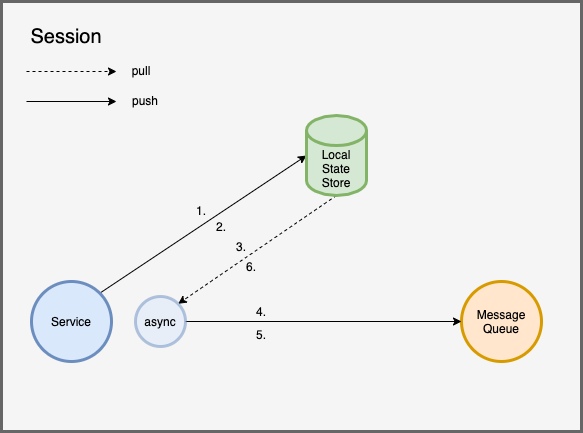
Before: img/diagram-prepare.drawio.png, a diagram exported from draw.io (ccchrunik/hierasaga). Source tidied: cells renumbered, new cells last; positions are measured from the earlier drawing's top-left corner, leaving out a move shared by most shapes. The source it was exported from:
```xml
<mxGraphModel>
  <root>
    <mxCell id="0" />
    <mxCell id="1" parent="0" />
    <mxCell id="2" style="rounded=0;whiteSpace=wrap;html=1;strokeWidth=3;fillColor=#f5f5f5;strokeColor=#666666;fontColor=#333333;" parent="1" vertex="1">
      <mxGeometry width="580" height="430" as="geometry" />
    </mxCell>
    <mxCell id="3" style="edgeStyle=none;rounded=0;jettySize=auto;html=1;exitX=1;exitY=0;exitDx=0;exitDy=0;entryX=0;entryY=0.5;entryDx=0;entryDy=0;entryPerimeter=0;" parent="1" edge="1" source="4" target="15">
      <mxGeometry relative="1" as="geometry" />
    </mxCell>
    <mxCell id="4" value="Service" style="ellipse;whiteSpace=wrap;html=1;strokeWidth=3;fillColor=#dae8fc;strokeColor=#6c8ebf;" parent="1" vertex="1">
      <mxGeometry x="30" y="280" width="80" height="80" as="geometry" />
    </mxCell>
    <mxCell id="5" value="Message&lt;br&gt;Queue" style="ellipse;whiteSpace=wrap;html=1;strokeWidth=3;fillColor=#ffe6cc;strokeColor=#d79b00;" parent="1" vertex="1">
      <mxGeometry x="460" y="280" width="80" height="80" as="geometry" />
    </mxCell>
    <mxCell id="6" value="&lt;font style=&quot;font-size: 20px&quot;&gt;Session&lt;/font&gt;" style="text;html=1;strokeColor=none;fillColor=none;align=center;verticalAlign=middle;whiteSpace=wrap;rounded=0;" parent="1" vertex="1">
      <mxGeometry x="20" y="20" width="90" height="30" as="geometry" />
    </mxCell>
    <mxCell id="7" value="3." style="text;html=1;strokeColor=none;fillColor=none;align=center;verticalAlign=middle;whiteSpace=wrap;rounded=0;" parent="1" vertex="1">
      <mxGeometry x="210" y="230" width="60" height="30" as="geometry" />
    </mxCell>
    <mxCell id="8" style="group;" parent="1" vertex="1">
      <mxGeometry x="25" y="54" width="159" height="60" as="geometry" />
    </mxCell>
    <mxCell id="9" style="edgeStyle=none;rounded=0;orthogonalLoop=1;jettySize=auto;html=1;entryX=0;entryY=0.5;entryDx=0;entryDy=0;dashed=1;startArrow=none;startFill=0;" parent="8" edge="1">
      <mxGeometry as="geometry">
        <mxPoint y="16" as="sourcePoint" />
        <mxPoint x="90" y="16" as="targetPoint" />
      </mxGeometry>
    </mxCell>
    <mxCell id="10" style="edgeStyle=none;rounded=0;orthogonalLoop=1;jettySize=auto;html=1;entryX=0;entryY=0.5;entryDx=0;entryDy=0;startArrow=none;startFill=0;" parent="8" edge="1">
      <mxGeometry as="geometry">
        <mxPoint y="46" as="sourcePoint" />
        <mxPoint x="90" y="46" as="targetPoint" />
      </mxGeometry>
    </mxCell>
    <mxCell id="11" value="pull" style="text;html=1;strokeColor=none;fillColor=none;align=center;verticalAlign=middle;whiteSpace=wrap;rounded=0;" parent="8" vertex="1">
      <mxGeometry x="75" width="80" height="30" as="geometry" />
    </mxCell>
    <mxCell id="12" value="push" style="text;html=1;strokeColor=none;fillColor=none;align=center;verticalAlign=middle;whiteSpace=wrap;rounded=0;" parent="8" vertex="1">
      <mxGeometry x="79" y="30" width="80" height="30" as="geometry" />
    </mxCell>
    <mxCell id="13" value="4." style="text;html=1;strokeColor=none;fillColor=none;align=center;verticalAlign=middle;whiteSpace=wrap;rounded=0;" parent="1" vertex="1">
      <mxGeometry x="230" y="295" width="60" height="30" as="geometry" />
    </mxCell>
    <mxCell id="14" style="edgeStyle=none;rounded=0;jettySize=auto;html=1;exitX=0.5;exitY=1;exitDx=0;exitDy=0;exitPerimeter=0;entryX=1;entryY=0;entryDx=0;entryDy=0;startArrow=none;startFill=0;dashed=1;" parent="1" edge="1" source="15" target="19">
      <mxGeometry relative="1" as="geometry" />
    </mxCell>
    <mxCell id="15" value="Local&lt;br&gt;State&lt;br&gt;Store" style="shape=cylinder3;whiteSpace=wrap;html=1;boundedLbl=1;backgroundOutline=1;size=15;strokeWidth=3;fillColor=#d5e8d4;strokeColor=#82b366;" parent="1" vertex="1">
      <mxGeometry x="305" y="114" width="60" height="80" as="geometry" />
    </mxCell>
    <mxCell id="16" value="1." style="text;html=1;strokeColor=none;fillColor=none;align=center;verticalAlign=middle;whiteSpace=wrap;rounded=0;" parent="1" vertex="1">
      <mxGeometry x="170" y="194" width="60" height="30" as="geometry" />
    </mxCell>
    <mxCell id="17" value="2." style="text;html=1;strokeColor=none;fillColor=none;align=center;verticalAlign=middle;whiteSpace=wrap;rounded=0;" parent="1" vertex="1">
      <mxGeometry x="190" y="210" width="60" height="30" as="geometry" />
    </mxCell>
    <mxCell id="18" style="edgeStyle=none;rounded=0;jettySize=auto;html=1;exitX=1;exitY=0.5;exitDx=0;exitDy=0;entryX=0;entryY=0.5;entryDx=0;entryDy=0;startArrow=none;startFill=0;" parent="1" edge="1" source="19" target="5">
      <mxGeometry relative="1" as="geometry" />
    </mxCell>
    <mxCell id="19" value="async" style="ellipse;whiteSpace=wrap;html=1;strokeWidth=3;fillColor=#dae8fc;strokeColor=#6c8ebf;opacity=50;" parent="1" vertex="1">
      <mxGeometry x="134" y="295" width="50" height="50" as="geometry" />
    </mxCell>
    <mxCell id="20" value="5." style="text;html=1;strokeColor=none;fillColor=none;align=center;verticalAlign=middle;whiteSpace=wrap;rounded=0;" parent="1" vertex="1">
      <mxGeometry x="230" y="318" width="60" height="30" as="geometry" />
    </mxCell>
    <mxCell id="21" value="6." style="text;html=1;strokeColor=none;fillColor=none;align=center;verticalAlign=middle;whiteSpace=wrap;rounded=0;" parent="1" vertex="1">
      <mxGeometry x="220" y="250" width="60" height="30" as="geometry" />
    </mxCell>
  </root>
</mxGraphModel>
```
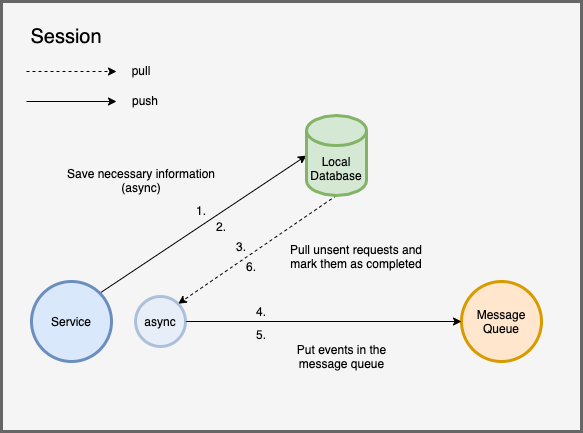
The same file after the commit.

Change to the diagram source:
```diff
@@ -47,7 +47,7 @@
     <mxCell id="14" style="edgeStyle=none;rounded=0;jettySize=auto;html=1;exitX=0.5;exitY=1;exitDx=0;exitDy=0;exitPerimeter=0;entryX=1;entryY=0;entryDx=0;entryDy=0;startArrow=none;startFill=0;dashed=1;" parent="1" edge="1" source="15" target="19">
       <mxGeometry relative="1" as="geometry" />
     </mxCell>
-    <mxCell id="15" value="Local&lt;br&gt;State&lt;br&gt;Store" style="shape=cylinder3;whiteSpace=wrap;html=1;boundedLbl=1;backgroundOutline=1;size=15;strokeWidth=3;fillColor=#d5e8d4;strokeColor=#82b366;" parent="1" vertex="1">
+    <mxCell id="15" value="Local&lt;br&gt;Database" style="shape=cylinder3;whiteSpace=wrap;html=1;boundedLbl=1;backgroundOutline=1;size=15;strokeWidth=3;fillColor=#d5e8d4;strokeColor=#82b366;" parent="1" vertex="1">
       <mxGeometry x="305" y="114" width="60" height="80" as="geometry" />
     </mxCell>
     <mxCell id="16" value="1." style="text;html=1;strokeColor=none;fillColor=none;align=center;verticalAlign=middle;whiteSpace=wrap;rounded=0;" parent="1" vertex="1">
@@ -68,5 +68,14 @@
     <mxCell id="21" value="6." style="text;html=1;strokeColor=none;fillColor=none;align=center;verticalAlign=middle;whiteSpace=wrap;rounded=0;" parent="1" vertex="1">
       <mxGeometry x="220" y="250" width="60" height="30" as="geometry" />
     </mxCell>
+    <mxCell id="22" value="Save necessary information&lt;br&gt;(async)" style="text;html=1;strokeColor=none;fillColor=none;align=center;verticalAlign=middle;whiteSpace=wrap;rounded=0;opacity=70;" parent="1" vertex="1">
+      <mxGeometry x="50" y="164" width="180" height="30" as="geometry" />
+    </mxCell>
+    <mxCell id="23" value="Pull unsent requests and mark them as completed" style="text;html=1;strokeColor=none;fillColor=none;align=center;verticalAlign=middle;whiteSpace=wrap;rounded=0;opacity=70;" parent="1" vertex="1">
+      <mxGeometry x="280" y="240" width="150" height="30" as="geometry" />
+    </mxCell>
+    <mxCell id="24" value="Put events in the message queue" style="text;html=1;strokeColor=none;fillColor=none;align=center;verticalAlign=middle;whiteSpace=wrap;rounded=0;opacity=70;" parent="1" vertex="1">
+      <mxGeometry x="280" y="340" width="121" height="30" as="geometry" />
+    </mxCell>
   </root>
 </mxGraphModel>
```
